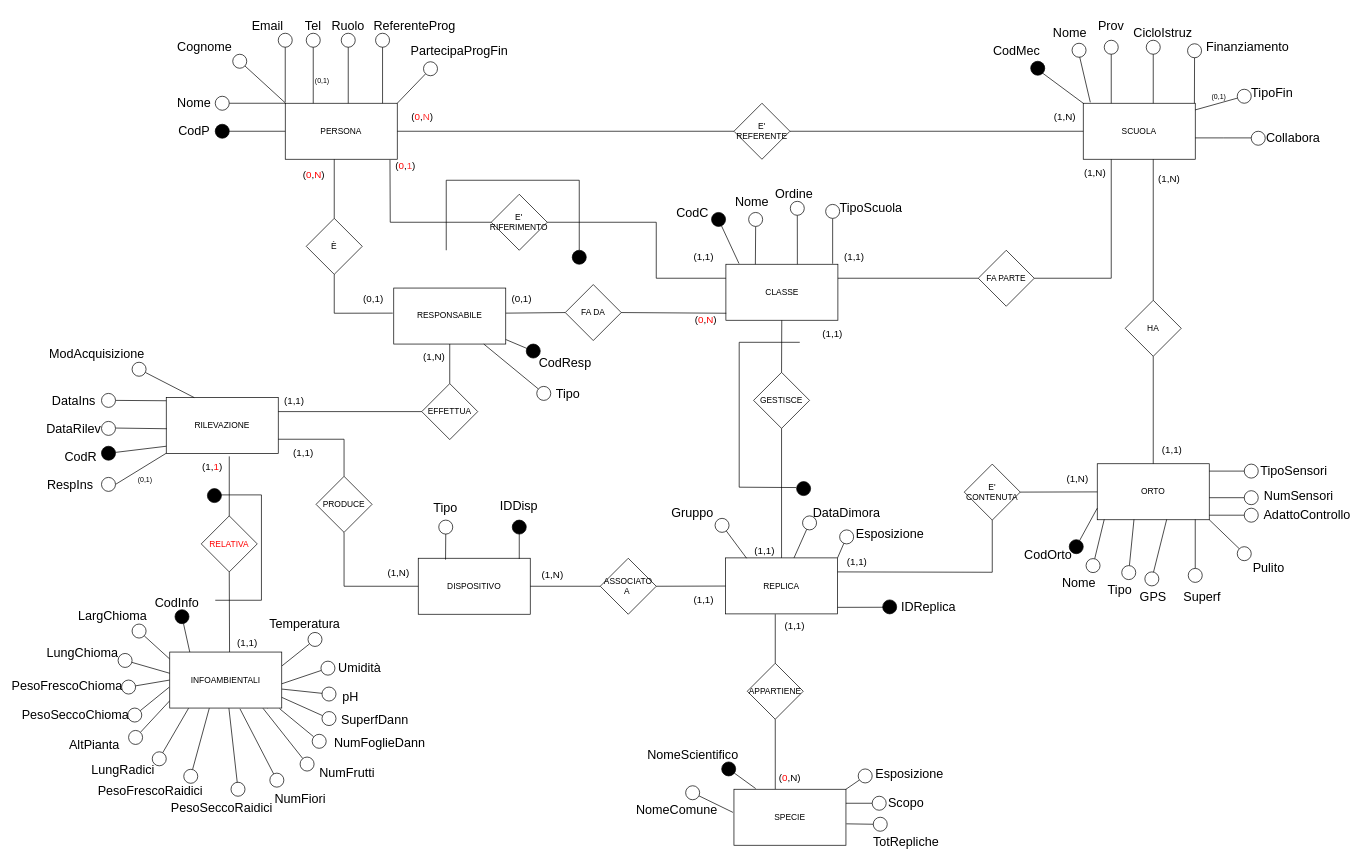
The draw.io diagram BD_ER_Restructured.drawio in pizzo-kyle/unige, before the edit. Source tidied: cells renumbered, new cells numbered last; positions are measured from the earlier drawing's top-left corner, leaving out a move shared by most shapes. Both pictures are drawn from the tidied source at 70%, with x=0, y=0 at pixel (38, 12).
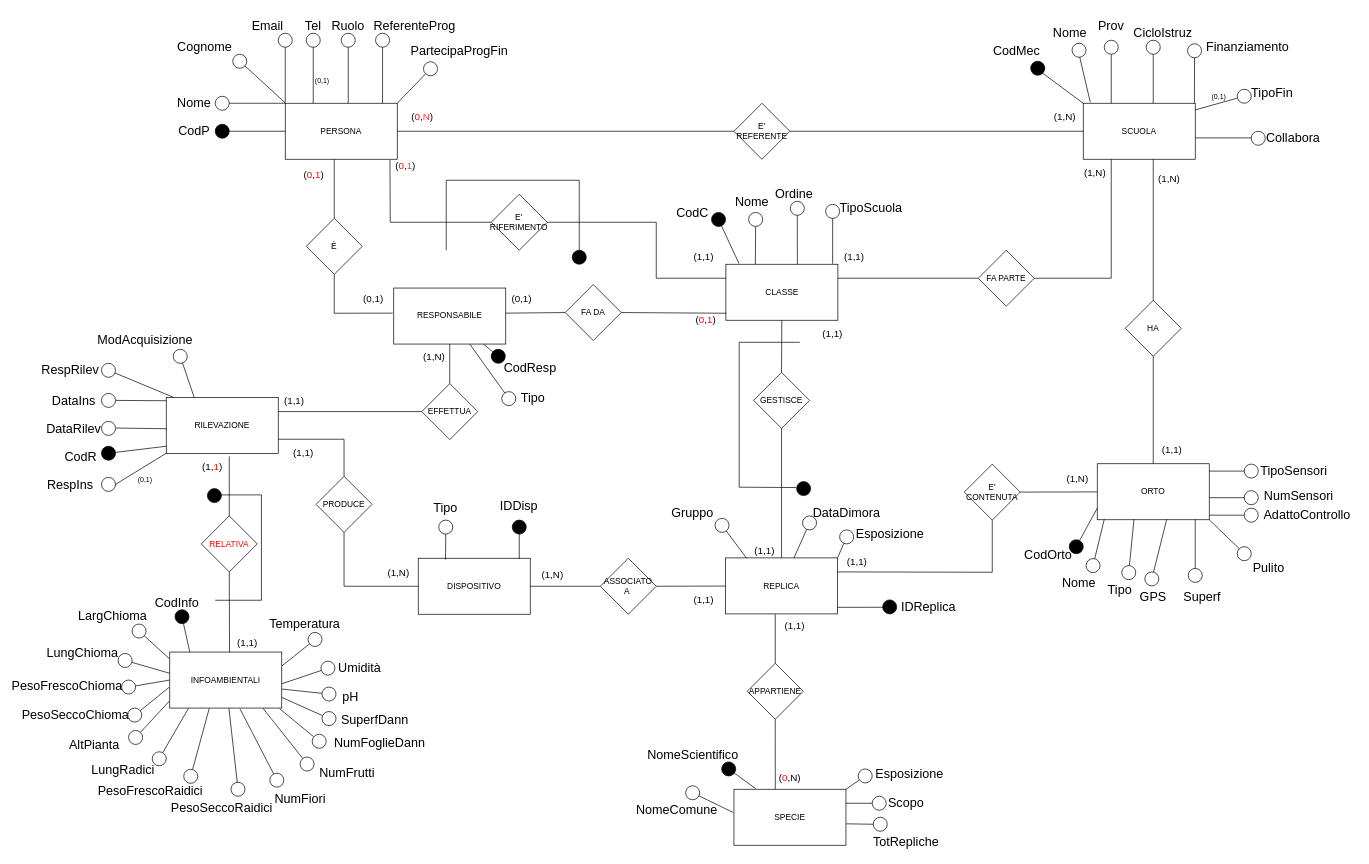
The same diagram, later.

What changed in the source:
```diff
@@
     <mxCell id="216" style="ellipse;whiteSpace=wrap;html=1;fillColor=#FFFFFF;direction=south;gradientColor=none;" parent="1" vertex="1">
-      <mxGeometry x="133.2" y="500" width="20" height="20" as="geometry" />
+      <mxGeometry x="192" y="481.5" width="20" height="20" as="geometry" />
     </mxCell>
     <mxCell id="217" value="&lt;span style=&quot;font-size: 18px;&quot;&gt;ModAcquisizione&lt;/span&gt;" style="text;html=1;strokeColor=none;fillColor=none;align=center;verticalAlign=middle;whiteSpace=wrap;rounded=0;" parent="1" vertex="1">
-      <mxGeometry x="38.2" y="469" width="90" height="40" as="geometry" />
+      <mxGeometry x="107" y="449" width="90" height="40" as="geometry" />
     </mxCell>
@@
-    <mxCell id="250" value="&lt;font style=&quot;font-size: 14px;&quot;&gt;(&lt;font color=&quot;#ff0000&quot;&gt;0&lt;/font&gt;,&lt;font color=&quot;#ff0000&quot;&gt;N&lt;/font&gt;)&lt;/font&gt;" style="text;html=1;strokeColor=none;fillColor=none;align=center;verticalAlign=middle;whiteSpace=wrap;rounded=0;" parent="1" vertex="1">
+    <mxCell id="250" value="&lt;font style=&quot;font-size: 14px;&quot;&gt;(&lt;font color=&quot;#ff0000&quot;&gt;0&lt;/font&gt;,&lt;font color=&quot;#ff0000&quot;&gt;1&lt;/font&gt;)&lt;/font&gt;" style="text;html=1;strokeColor=none;fillColor=none;align=center;verticalAlign=middle;whiteSpace=wrap;rounded=0;" parent="1" vertex="1">
       <mxGeometry x="369.5" y="221.5" width="46" height="20" as="geometry" />
     </mxCell>
@@
-    <mxCell id="260" value="&lt;font style=&quot;font-size: 14px;&quot;&gt;(&lt;font color=&quot;#ff0000&quot;&gt;0&lt;/font&gt;,&lt;font color=&quot;#ff0000&quot;&gt;N&lt;/font&gt;)&lt;/font&gt;" style="text;html=1;strokeColor=none;fillColor=none;align=center;verticalAlign=middle;whiteSpace=wrap;rounded=0;" parent="1" vertex="1">
+    <mxCell id="260" value="&lt;font style=&quot;font-size: 14px;&quot;&gt;(&lt;font color=&quot;#ff0000&quot;&gt;0&lt;/font&gt;,&lt;font color=&quot;#ff0000&quot;&gt;1&lt;/font&gt;)&lt;/font&gt;" style="text;html=1;strokeColor=none;fillColor=none;align=center;verticalAlign=middle;whiteSpace=wrap;rounded=0;" parent="1" vertex="1">
       <mxGeometry x="930" y="430" width="46" height="20" as="geometry" />
     </mxCell>
     <mxCell id="261" value="&lt;font style=&quot;font-size: 18px;&quot;&gt;CodResp&lt;/font&gt;" style="text;html=1;strokeColor=none;fillColor=none;align=center;verticalAlign=middle;whiteSpace=wrap;rounded=0;" parent="1" vertex="1">
-      <mxGeometry x="722" y="481.5" width="60" height="40" as="geometry" />
+      <mxGeometry x="672" y="489" width="60" height="40" as="geometry" />
     </mxCell>
@@
     <mxCell id="263" style="ellipse;whiteSpace=wrap;html=1;fillColor=#000000;direction=south;" parent="1" vertex="1">
-      <mxGeometry x="696.3" y="474" width="20" height="20" as="geometry" />
+      <mxGeometry x="646.3" y="481.5" width="20" height="20" as="geometry" />
     </mxCell>
     <mxCell id="264" style="ellipse;whiteSpace=wrap;html=1;fillColor=#FFFFFF;direction=south;gradientColor=none;" parent="1" vertex="1">
-      <mxGeometry x="711.3" y="534.5" width="20" height="20" as="geometry" />
+      <mxGeometry x="661.3" y="542" width="20" height="20" as="geometry" />
     </mxCell>
@@
     <mxCell id="266" value="&lt;font style=&quot;font-size: 18px;&quot;&gt;Tipo&lt;/font&gt;" style="text;html=1;strokeColor=none;fillColor=none;align=center;verticalAlign=middle;whiteSpace=wrap;rounded=0;" parent="1" vertex="1">
-      <mxGeometry x="726.3" y="524.5" width="60" height="40" as="geometry" />
+      <mxGeometry x="676.3" y="532" width="60" height="40" as="geometry" />
     </mxCell>
@@
+    <mxCell id="278" style="endArrow=none;html=1;rounded=0;" parent="1" edge="1" source="279">
+      <mxGeometry relative="1" as="geometry">
+        <mxPoint x="192" y="550" as="targetPoint" />
+      </mxGeometry>
+    </mxCell>
+    <mxCell id="279" style="ellipse;whiteSpace=wrap;html=1;fillColor=#FFFFFF;direction=south;gradientColor=none;" parent="1" vertex="1">
+      <mxGeometry x="89.5" y="501.5" width="20" height="20" as="geometry" />
+    </mxCell>
+    <mxCell id="280" value="&lt;span style=&quot;font-size: 18px;&quot;&gt;RespRilev&lt;/span&gt;" style="text;html=1;strokeColor=none;fillColor=none;align=center;verticalAlign=middle;whiteSpace=wrap;rounded=0;" parent="1" vertex="1">
+      <mxGeometry x="-0.5" y="491.5" width="90" height="40" as="geometry" />
+    </mxCell>
```
